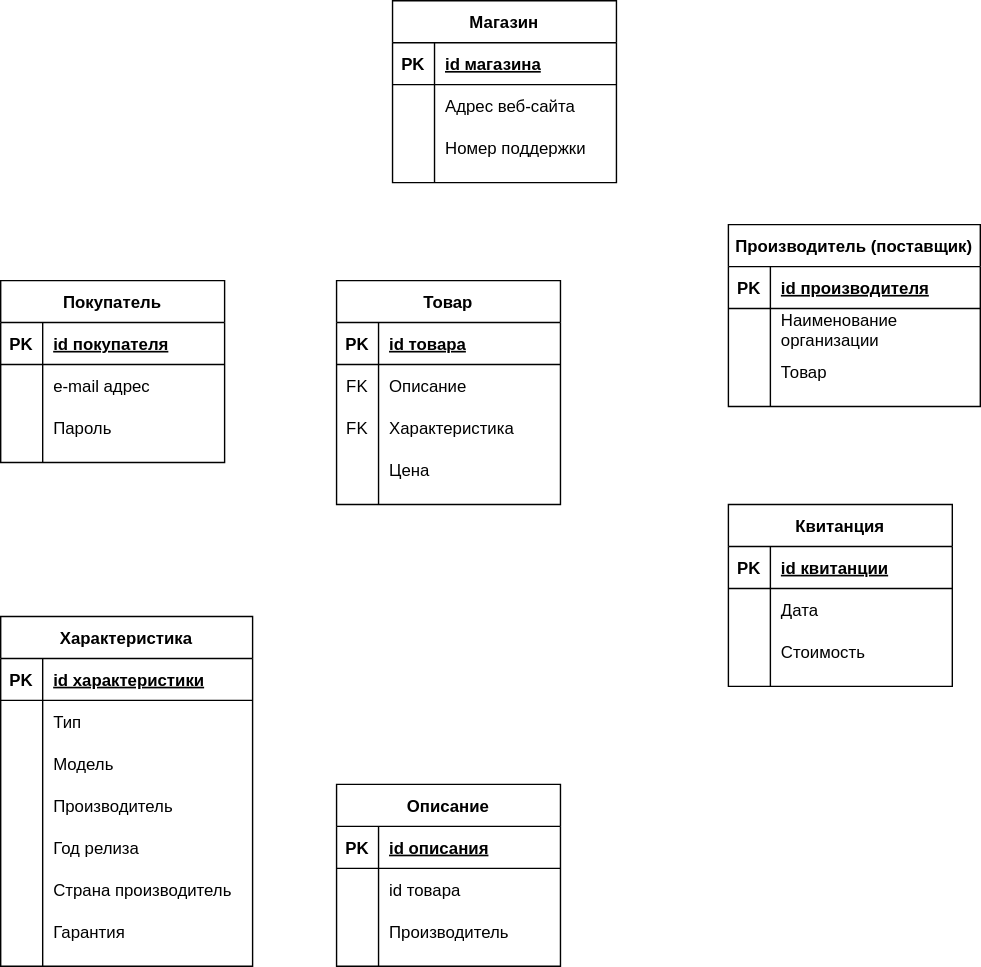
Before: LogicDiag.svg, a diagram exported from draw.io (paw-wow/DataBase). Source tidied: cells renumbered, new cells last; positions are measured from the earlier drawing's top-left corner, leaving out a move shared by most shapes.
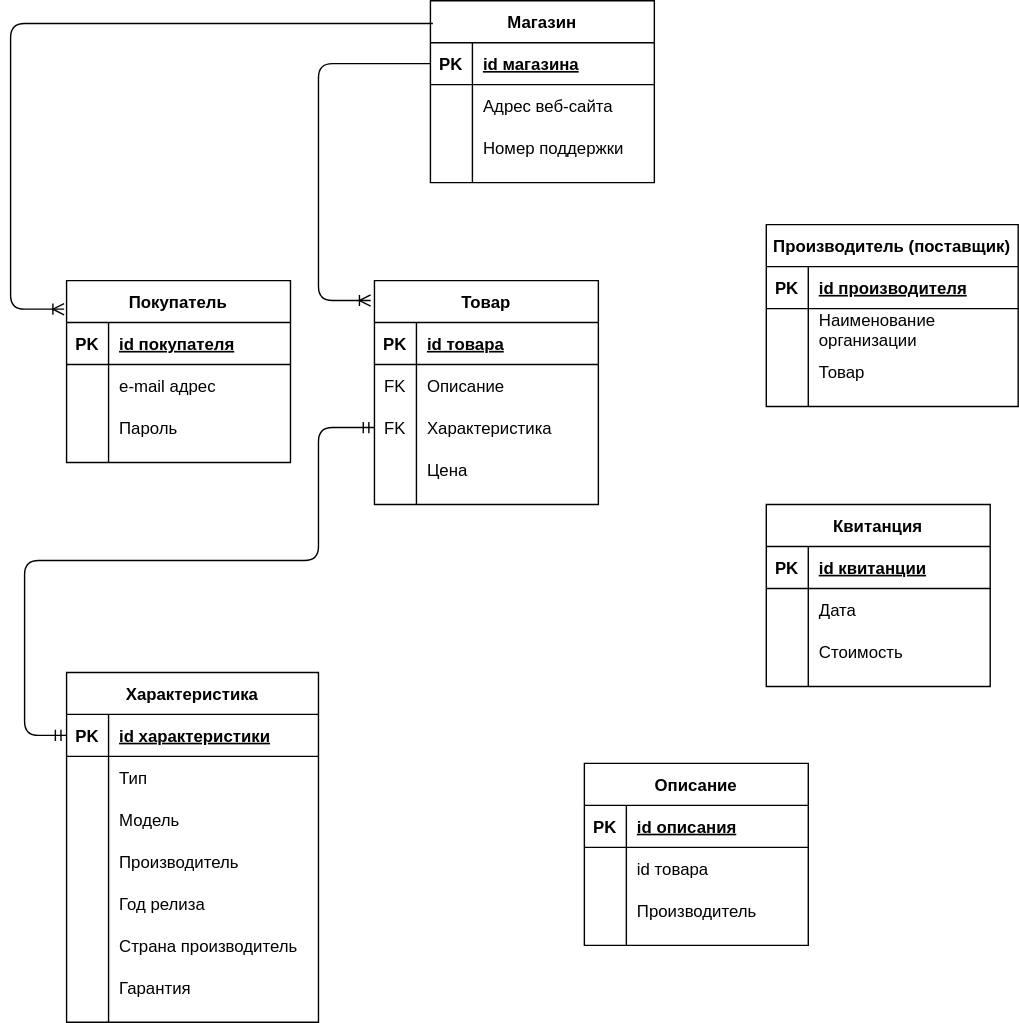
The same file after the commit.

Diff of the diagram source:
```diff
@@ -33,7 +33,7 @@
       <mxGeometry x="30" width="130" height="30" as="geometry" />
     </mxCell>
     <mxCell id="12" value="Покупатель" style="shape=table;startSize=30;rowLines=0;fontStyle=1;align=center;" parent="1" vertex="1">
-      <mxGeometry y="200" width="160" height="130" as="geometry" />
+      <mxGeometry x="20" y="200" width="160" height="130" as="geometry" />
     </mxCell>
     <mxCell id="13" style="shape=partialRectangle;fillColor=none;top=0;left=0;bottom=1;right=0;" parent="12" vertex="1">
       <mxGeometry y="30" width="160" height="30" as="geometry" />
@@ -162,7 +162,7 @@
       <mxGeometry x="30" width="130" height="30" as="geometry" />
     </mxCell>
     <mxCell id="55" value="Описание" style="shape=table;startSize=30;rowLines=0;fontStyle=1;align=center;" parent="1" vertex="1">
-      <mxGeometry x="240" y="560" width="160" height="130" as="geometry" />
+      <mxGeometry x="390" y="545" width="160" height="130" as="geometry" />
     </mxCell>
     <mxCell id="56" style="shape=partialRectangle;fillColor=none;top=0;left=0;bottom=1;right=0;" parent="55" vertex="1">
       <mxGeometry y="30" width="160" height="30" as="geometry" />
@@ -192,7 +192,7 @@
       <mxGeometry x="30" width="130" height="30" as="geometry" />
     </mxCell>
     <mxCell id="65" value="Характеристика" style="shape=table;startSize=30;rowLines=0;fontStyle=1;align=center;" parent="1" vertex="1">
-      <mxGeometry y="440" width="180" height="250" as="geometry" />
+      <mxGeometry x="20" y="480" width="180" height="250" as="geometry" />
     </mxCell>
     <mxCell id="66" style="shape=partialRectangle;fillColor=none;top=0;left=0;bottom=1;right=0;points=[[0,0.5],[1,0.5]];portConstraint=eastwest;" parent="65" vertex="1">
       <mxGeometry y="30" width="180" height="30" as="geometry" />
@@ -257,5 +257,31 @@
     <mxCell id="86" value="Гарантия" style="shape=partialRectangle;fillColor=none;top=0;left=0;bottom=0;right=0;align=left;spacingLeft=6;overflow=hidden;" parent="84" vertex="1">
       <mxGeometry x="30" width="150" height="30" as="geometry" />
     </mxCell>
+    <mxCell id="87" style="edgeStyle=orthogonalEdgeStyle;fontSize=12;html=1;endArrow=ERoneToMany;exitX=0.011;exitY=0.125;exitDx=0;exitDy=0;exitPerimeter=0;entryX=-0.011;entryY=0.157;entryDx=0;entryDy=0;entryPerimeter=0;" parent="1" edge="1" source="2" target="12">
+      <mxGeometry relative="1" as="geometry">
+        <Array as="points">
+          <mxPoint x="-20" y="16" />
+          <mxPoint x="-20" y="220" />
+        </Array>
+      </mxGeometry>
+    </mxCell>
+    <mxCell id="88" style="edgeStyle=orthogonalEdgeStyle;fontSize=12;html=1;endArrow=ERoneToMany;exitX=0;exitY=0.5;exitDx=0;exitDy=0;entryX=-0.017;entryY=0.089;entryDx=0;entryDy=0;entryPerimeter=0;" parent="1" edge="1" source="3" target="42">
+      <mxGeometry relative="1" as="geometry">
+        <Array as="points">
+          <mxPoint x="200" y="45" />
+          <mxPoint x="200" y="214" />
+        </Array>
+      </mxGeometry>
+    </mxCell>
+    <mxCell id="89" style="edgeStyle=orthogonalEdgeStyle;fontSize=12;html=1;endArrow=ERmandOne;startArrow=ERmandOne;exitX=0;exitY=0.5;exitDx=0;exitDy=0;entryX=0;entryY=0.5;entryDx=0;entryDy=0;" parent="1" edge="1" source="49" target="66">
+      <mxGeometry relative="1" as="geometry">
+        <Array as="points">
+          <mxPoint x="200" y="305" />
+          <mxPoint x="200" y="400" />
+          <mxPoint x="-10" y="400" />
+          <mxPoint x="-10" y="525" />
+        </Array>
+      </mxGeometry>
+    </mxCell>
   </root>
 </mxGraphModel>
```
